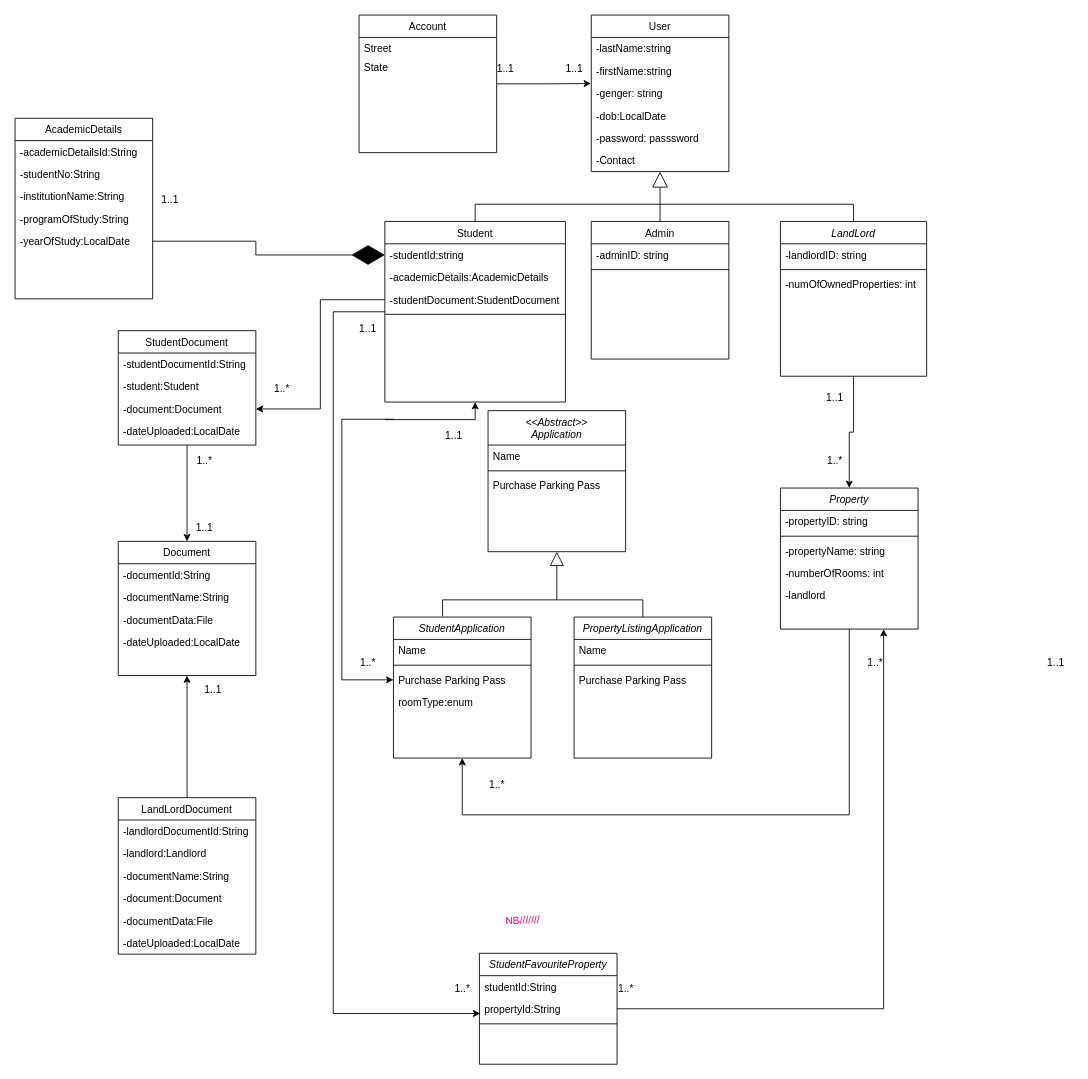
Above: UMLDiagram.drawio in SETHU60/cput_accomodation_application (draw.io), before the change. Source tidied: cells renumbered, new cells numbered last; positions are measured from the earlier drawing's top-left corner, leaving out a move shared by most shapes. Both pictures are drawn from the tidied source at 86%, with x=0, y=0 at pixel (15, 15).
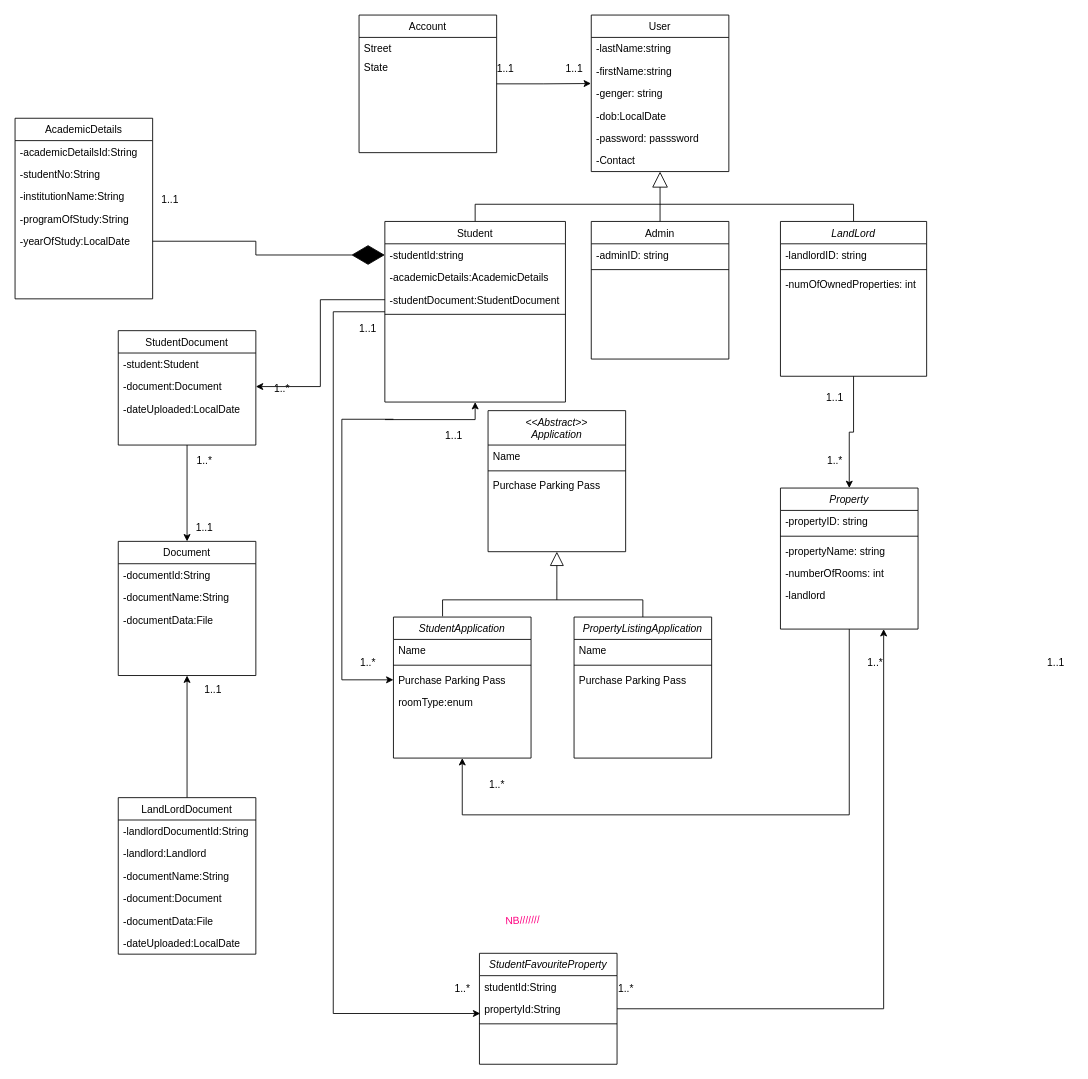
After the change.

The change refers to these unchanged cells:
```xml
<mxCell id="59" value="StudentDocument" style="swimlane;fontStyle=0;align=center;verticalAlign=top;horizontal=1;startSize=26;rounded=0;shadow=0;strokeWidth=1;" parent="1" vertex="1">
  <mxGeometry x="120" y="367" width="160" height="133" as="geometry" />
</mxCell>
<mxCell id="70" value="Document" style="swimlane;fontStyle=0;align=center;verticalAlign=top;horizontal=1;startSize=26;rounded=0;shadow=0;strokeWidth=1;" parent="1" vertex="1">
  <mxGeometry x="120" y="612" width="160" height="156" as="geometry" />
</mxCell>
```

What changed in the source:
```diff
@@
-    <mxCell id="60" value="-studentDocumentId:String" style="text;align=left;verticalAlign=top;spacingLeft=4;spacingRight=4;overflow=hidden;" parent="59" vertex="1">
-      <mxGeometry y="26" width="160" height="26" as="geometry" />
-    </mxCell>
     <mxCell id="61" value="-student:Student" style="text;align=left;verticalAlign=top;spacingLeft=4;spacingRight=4;overflow=hidden;" parent="59" vertex="1">
-      <mxGeometry y="52" width="160" height="26" as="geometry" />
+      <mxGeometry y="26" width="160" height="26" as="geometry" />
     </mxCell>
     <mxCell id="62" value="-document:Document" style="text;align=left;verticalAlign=top;spacingLeft=4;spacingRight=4;overflow=hidden;points=[[0,0.5],[1,0.5]];portConstraint=eastwest;" parent="59" vertex="1">
-      <mxGeometry y="78" width="160" height="26" as="geometry" />
+      <mxGeometry y="52" width="160" height="26" as="geometry" />
     </mxCell>
-    <mxCell id="63" value="-dateUploaded:LocalDate" style="text;align=left;verticalAlign=top;spacingLeft=4;spacingRight=4;overflow=hidden;" parent="59" vertex="1">
-      <mxGeometry y="104" width="160" height="26" as="geometry" />
-    </mxCell>
+    <mxCell id="74" value="-dateUploaded:LocalDate" style="text;align=left;verticalAlign=top;spacingLeft=4;spacingRight=4;overflow=hidden;" parent="59" vertex="1">
+      <mxGeometry y="78" width="160" height="26" as="geometry" />
+    </mxCell>
@@
-    <mxCell id="74" value="-dateUploaded:LocalDate" style="text;align=left;verticalAlign=top;spacingLeft=4;spacingRight=4;overflow=hidden;" parent="70" vertex="1">
-      <mxGeometry y="104" width="160" height="26" as="geometry" />
-    </mxCell>
```
